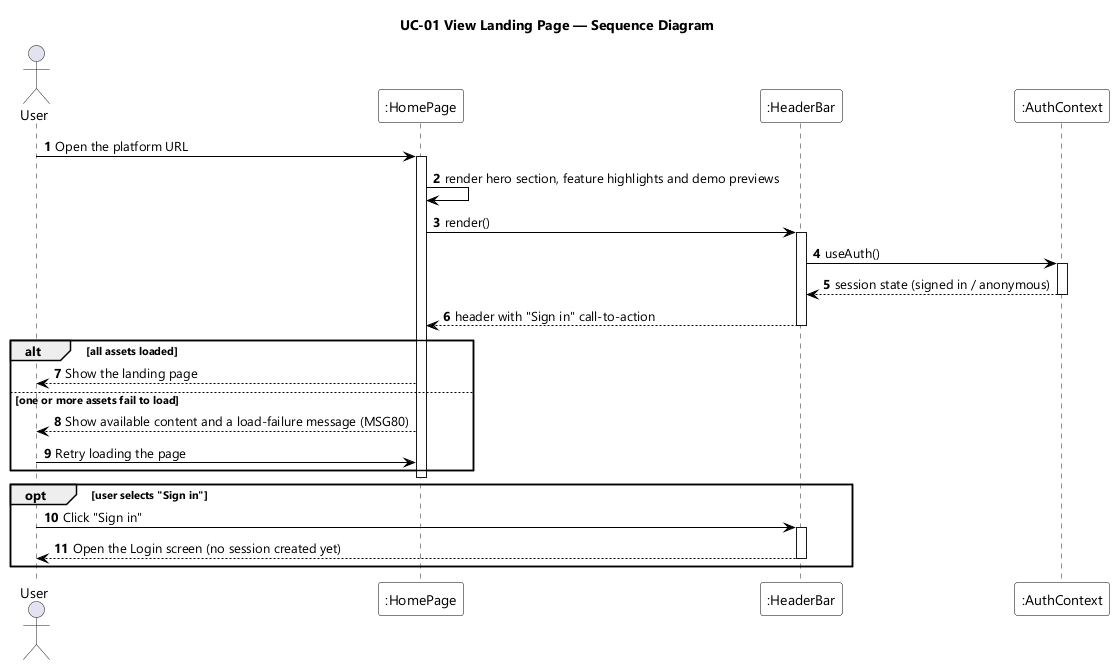
Above: designs/sds-diagrams/uc01/uc01-sequence-diagram.png in EduA-system/EduA-system (PlantUML), before the change. Its diagram source:
```plantuml
@startuml UC-01 View Landing Page - Sequence Diagram
skinparamlocked dpi 96
skinparam defaultFontName "Segoe UI"
skinparam shadowing false
skinparam ParticipantBackgroundColor #FFFFFF
skinparam ParticipantBorderColor #000000
skinparam ArrowColor #000000
skinparam sequenceMessageAlign left
title UC-01 View Landing Page — Sequence Diagram

actor User
participant ":HomePage" as PAGE
participant ":HeaderBar" as NAV
participant ":AuthContext" as AUTH

autonumber
User -> PAGE : Open the platform URL
activate PAGE
PAGE -> PAGE : render hero section, feature highlights and demo previews
PAGE -> NAV : render()
activate NAV
NAV -> AUTH : useAuth()
activate AUTH
AUTH --> NAV : session state (signed in / anonymous)
deactivate AUTH
NAV --> PAGE : header with "Sign in" call-to-action
deactivate NAV

alt all assets loaded
  PAGE --> User : Show the landing page
else one or more assets fail to load
  PAGE --> User : Show available content and a load-failure message (MSG80)
  User -> PAGE : Retry loading the page
end

deactivate PAGE

opt user selects "Sign in"
  User -> NAV : Click "Sign in"
  activate NAV
  NAV --> User : Open the Login screen (no session created yet)
  deactivate NAV
end
@enduml
```
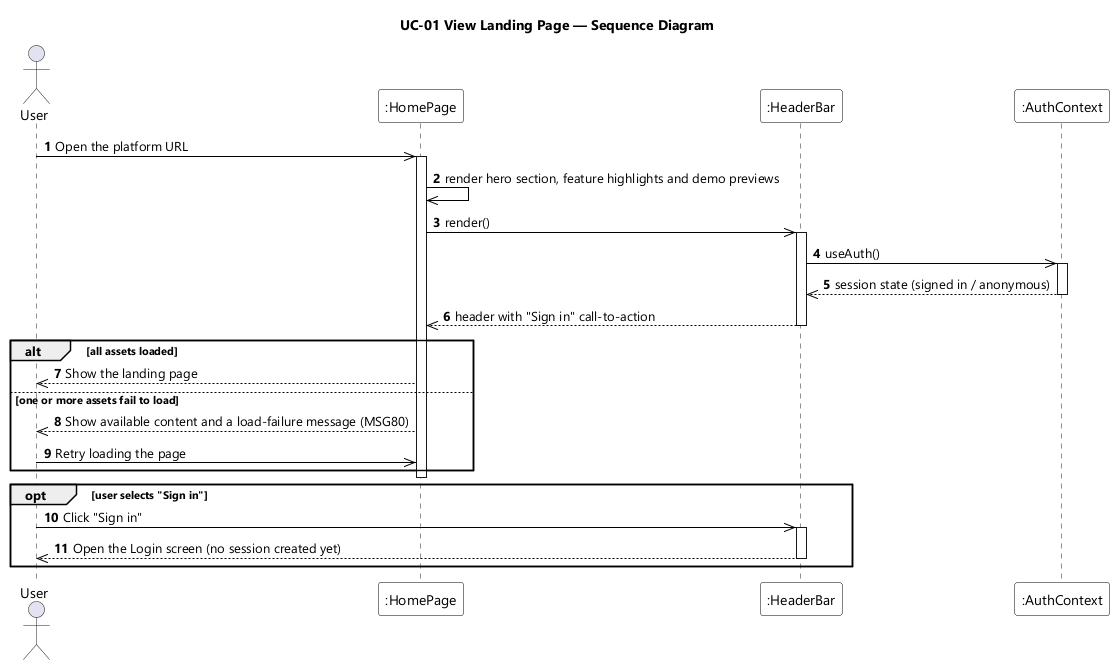
After the change.

Diff of the diagram source:
```diff
@@ -14,31 +14,31 @@
 participant ":AuthContext" as AUTH
 
 autonumber
-User -> PAGE : Open the platform URL
+User ->> PAGE : Open the platform URL
 activate PAGE
-PAGE -> PAGE : render hero section, feature highlights and demo previews
-PAGE -> NAV : render()
+PAGE ->> PAGE : render hero section, feature highlights and demo previews
+PAGE ->> NAV : render()
 activate NAV
-NAV -> AUTH : useAuth()
+NAV ->> AUTH : useAuth()
 activate AUTH
-AUTH --> NAV : session state (signed in / anonymous)
+AUTH -->> NAV : session state (signed in / anonymous)
 deactivate AUTH
-NAV --> PAGE : header with "Sign in" call-to-action
+NAV -->> PAGE : header with "Sign in" call-to-action
 deactivate NAV
 
 alt all assets loaded
-  PAGE --> User : Show the landing page
+  PAGE -->> User : Show the landing page
 else one or more assets fail to load
-  PAGE --> User : Show available content and a load-failure message (MSG80)
-  User -> PAGE : Retry loading the page
+  PAGE -->> User : Show available content and a load-failure message (MSG80)
+  User ->> PAGE : Retry loading the page
 end
 
 deactivate PAGE
 
 opt user selects "Sign in"
-  User -> NAV : Click "Sign in"
+  User ->> NAV : Click "Sign in"
   activate NAV
-  NAV --> User : Open the Login screen (no session created yet)
+  NAV -->> User : Open the Login screen (no session created yet)
   deactivate NAV
 end
 @enduml
```
